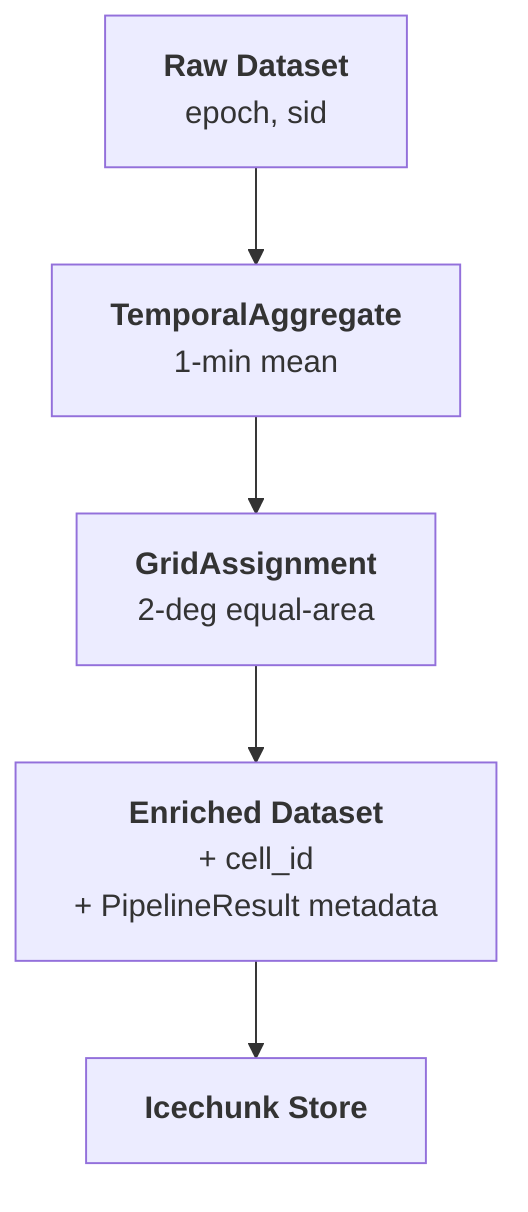
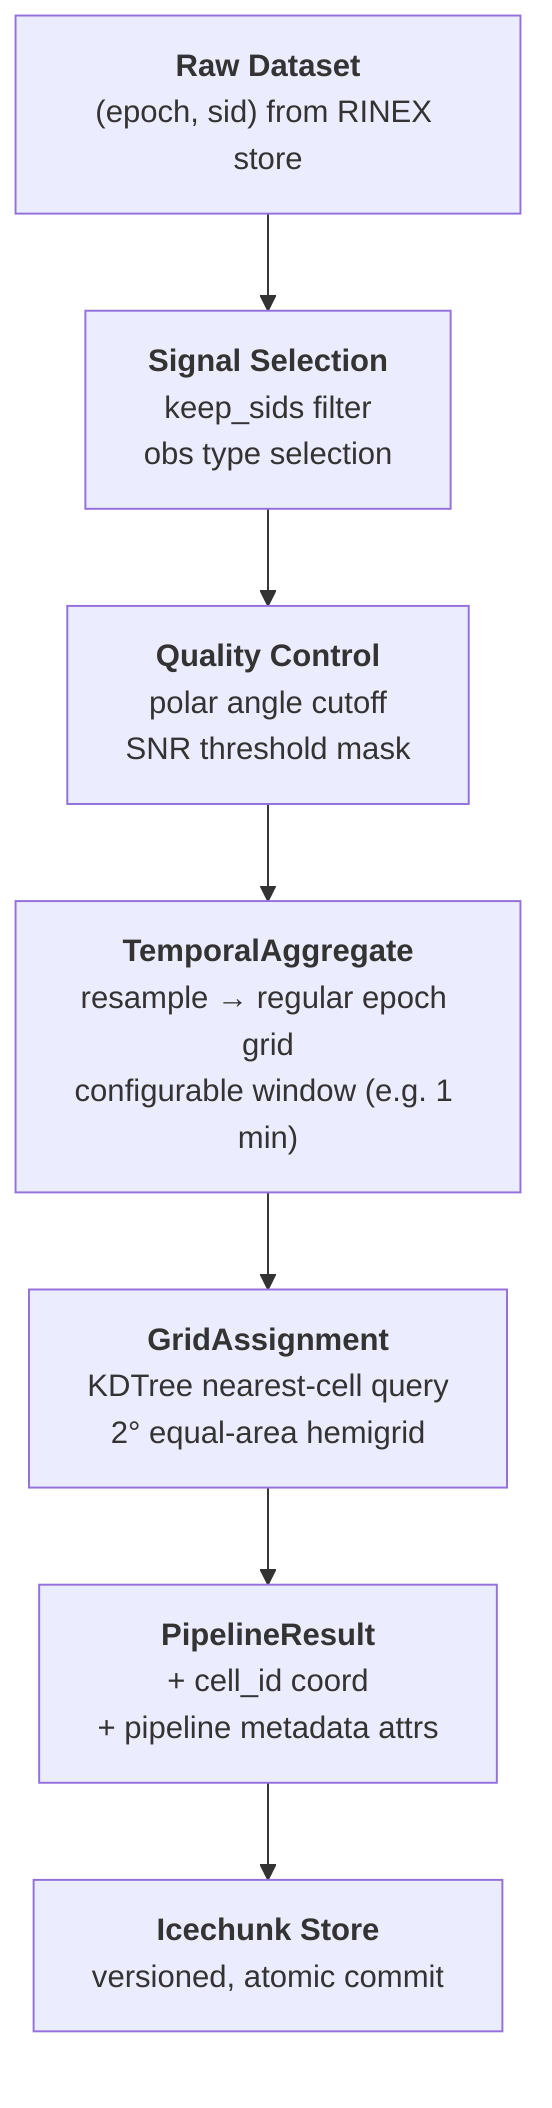
flowchart TD
    RAW["`**Raw Dataset**
-     epoch, sid`"]
-     RAW --> TA["`**TemporalAggregate**
-     1-min mean`"]
+     (epoch, sid) from RINEX store`"]
+ 
+     RAW --> SIG["`**Signal Selection**
+     keep_sids filter
+     obs type selection`"]
+ 
+     SIG --> QC["`**Quality Control**
+     polar angle cutoff
+     SNR threshold mask`"]
+ 
+     QC --> TA["`**TemporalAggregate**
+     resample → regular epoch grid
+     configurable window (e.g. 1 min)`"]
+ 
    TA --> GA["`**GridAssignment**
-     2-deg equal-area`"]
-     GA --> OUT["`**Enriched Dataset**
-     + cell_id
-     + PipelineResult metadata`"]
-     OUT --> STORE["`**Icechunk Store**`"]
+     KDTree nearest-cell query
+     2° equal-area hemigrid`"]
+ 
+     GA --> OUT["`**PipelineResult**
+     + cell_id coord
+     + pipeline metadata attrs`"]
+ 
+     OUT --> STORE["`**Icechunk Store**
+     versioned, atomic commit`"]
